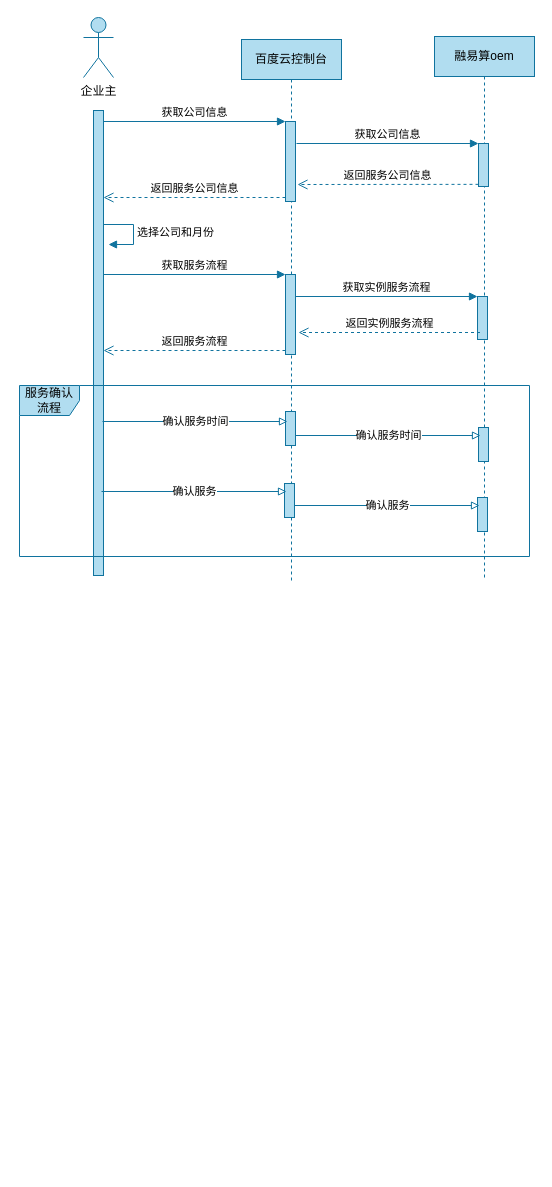
This is 百度云时序.drawio from zhaoershuang/flow-chart, a draw.io file, before an edit. Source tidied: cells renumbered, new cells numbered last; positions are measured from the earlier drawing's top-left corner, leaving out a move shared by most shapes. Both pictures are drawn from the tidied source at 100%, with x=0, y=0 at pixel (19, 17).
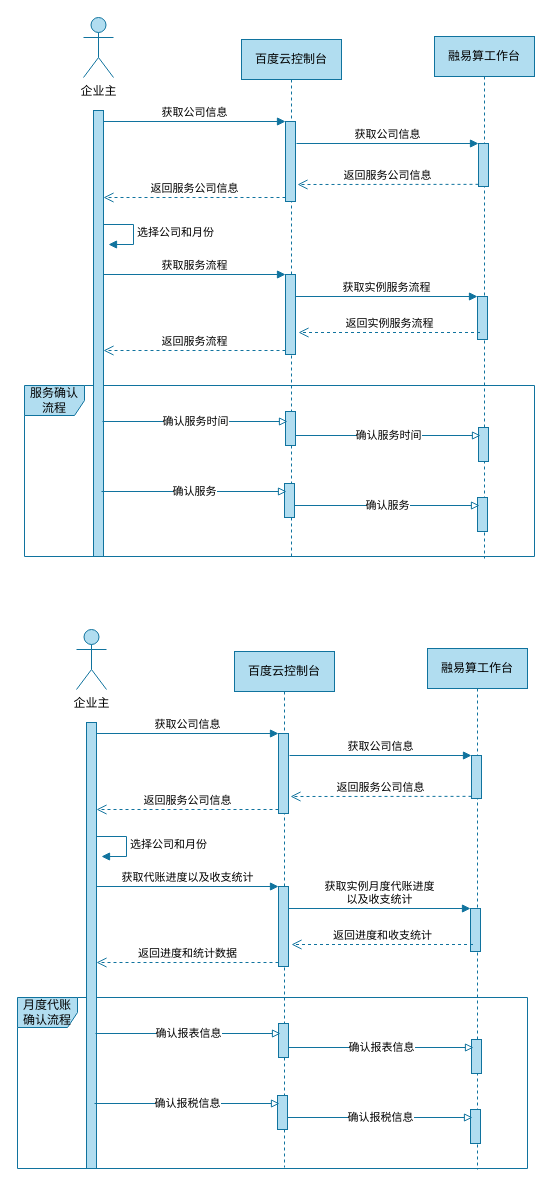
Above is the later version.

Commit message (it also covers changes not shown here):
更新百度云时序.drawio

What changed in the source:
```diff
@@
+    <mxCell id="27" value="服务确认流程" style="shape=umlFrame;whiteSpace=wrap;html=1;fillColor=#b1ddf0;strokeColor=#10739e;" parent="1" vertex="1">
+      <mxGeometry x="5" y="368" width="510" height="171" as="geometry" />
+    </mxCell>
+    <mxCell id="28" value="月度代账确认流程" style="shape=umlFrame;whiteSpace=wrap;html=1;fillColor=#b1ddf0;strokeColor=#10739e;" parent="1" vertex="1">
+      <mxGeometry x="-2" y="980" width="510" height="171" as="geometry" />
+    </mxCell>
     <mxCell id="2" value="&lt;font color=&quot;#000000&quot;&gt;百度云控制台&lt;br&gt;&lt;/font&gt;" style="shape=umlLifeline;perimeter=lifelinePerimeter;whiteSpace=wrap;html=1;fillColor=#b1ddf0;strokeColor=#10739e;" parent="1" vertex="1">
-      <mxGeometry x="222" y="22" width="100" height="543" as="geometry" />
+      <mxGeometry x="222" y="22" width="100" height="519" as="geometry" />
     </mxCell>
@@
     <mxCell id="9" style="html=1;points=[];perimeter=orthogonalPerimeter;fillColor=#b1ddf0;strokeColor=#10739e;" parent="1" vertex="1">
-      <mxGeometry x="74" y="93" width="10" height="465" as="geometry" />
+      <mxGeometry x="74" y="93" width="10" height="446" as="geometry" />
     </mxCell>
-    <mxCell id="10" value="融易算oem" style="shape=umlLifeline;perimeter=lifelinePerimeter;whiteSpace=wrap;html=1;fillColor=#b1ddf0;strokeColor=#10739e;" parent="1" vertex="1">
-      <mxGeometry x="415" y="19" width="100" height="543" as="geometry" />
+    <mxCell id="10" value="融易算工作台" style="shape=umlLifeline;perimeter=lifelinePerimeter;whiteSpace=wrap;html=1;fillColor=#b1ddf0;strokeColor=#10739e;" parent="1" vertex="1">
+      <mxGeometry x="415" y="19" width="100" height="522" as="geometry" />
     </mxCell>
@@
-    <mxCell id="27" value="服务确认流程" style="shape=umlFrame;whiteSpace=wrap;html=1;fillColor=#b1ddf0;strokeColor=#10739e;" parent="1" vertex="1">
-      <mxGeometry y="368" width="510" height="171" as="geometry" />
-    </mxCell>
+    <mxCell id="29" value="&lt;font color=&quot;#000000&quot;&gt;百度云控制台&lt;br&gt;&lt;/font&gt;" style="shape=umlLifeline;perimeter=lifelinePerimeter;whiteSpace=wrap;html=1;fillColor=#b1ddf0;strokeColor=#10739e;" parent="1" vertex="1">
+      <mxGeometry x="215" y="634" width="100" height="516" as="geometry" />
+    </mxCell>
+    <mxCell id="30" style="html=1;points=[];perimeter=orthogonalPerimeter;fillColor=#b1ddf0;strokeColor=#10739e;" parent="29" vertex="1">
+      <mxGeometry x="44" y="82" width="10" height="80" as="geometry" />
+    </mxCell>
+    <mxCell id="31" style="html=1;points=[];perimeter=orthogonalPerimeter;fillColor=#b1ddf0;strokeColor=#10739e;" parent="29" vertex="1">
+      <mxGeometry x="44" y="235" width="10" height="80" as="geometry" />
+    </mxCell>
+    <mxCell id="32" value="&lt;br&gt;获取代账进度以及收支统计" style="html=1;verticalAlign=bottom;endArrow=block;entryX=0;entryY=0;fillColor=#b1ddf0;strokeColor=#10739e;" parent="29" edge="1" target="31">
+      <mxGeometry relative="1" as="geometry">
+        <mxPoint x="-138" y="235" as="sourcePoint" />
+      </mxGeometry>
+    </mxCell>
+    <mxCell id="33" value="返回进度和统计数据" style="html=1;verticalAlign=bottom;endArrow=open;dashed=1;endSize=8;exitX=0;exitY=0.95;fillColor=#b1ddf0;strokeColor=#10739e;" parent="29" edge="1" source="31">
+      <mxGeometry relative="1" as="geometry">
+        <mxPoint x="-138" y="311" as="targetPoint" />
+      </mxGeometry>
+    </mxCell>
+    <mxCell id="34" style="html=1;perimeter=orthogonalPerimeter;fillColor=#b1ddf0;strokeColor=#10739e;" parent="29" vertex="1">
+      <mxGeometry x="44" y="372" width="10" height="34" as="geometry" />
+    </mxCell>
+    <mxCell id="35" value="企业主&lt;br&gt;" style="shape=umlActor;verticalLabelPosition=bottom;verticalAlign=top;html=1;fillColor=#b1ddf0;strokeColor=#10739e;" parent="1" vertex="1">
+      <mxGeometry x="57" y="612" width="30" height="60" as="geometry" />
+    </mxCell>
+    <mxCell id="36" style="html=1;points=[];perimeter=orthogonalPerimeter;fillColor=#b1ddf0;strokeColor=#10739e;" parent="1" vertex="1">
+      <mxGeometry x="67" y="705" width="10" height="446" as="geometry" />
+    </mxCell>
+    <mxCell id="37" value="融易算工作台" style="shape=umlLifeline;perimeter=lifelinePerimeter;whiteSpace=wrap;html=1;fillColor=#b1ddf0;strokeColor=#10739e;" parent="1" vertex="1">
+      <mxGeometry x="408" y="631" width="100" height="521" as="geometry" />
+    </mxCell>
+    <mxCell id="38" style="html=1;points=[];perimeter=orthogonalPerimeter;fillColor=#b1ddf0;strokeColor=#10739e;" parent="37" vertex="1">
+      <mxGeometry x="44" y="107" width="10" height="43" as="geometry" />
+    </mxCell>
+    <mxCell id="39" value="获取公司信息" style="html=1;verticalAlign=bottom;endArrow=block;entryX=0;entryY=0;fillColor=#b1ddf0;strokeColor=#10739e;" parent="37" edge="1" target="38">
+      <mxGeometry relative="1" as="geometry">
+        <mxPoint x="-138" y="107" as="sourcePoint" />
+      </mxGeometry>
+    </mxCell>
+    <mxCell id="40" value="确认报表信息" style="endArrow=block;endFill=0;html=1;fillColor=#b1ddf0;strokeColor=#10739e;" parent="37" edge="1">
+      <mxGeometry relative="1" as="geometry">
+        <mxPoint x="-332" y="385" as="sourcePoint" />
+        <mxPoint x="-147" y="385" as="targetPoint" />
+        <Array as="points">
+          <mxPoint x="-147" y="385" />
+        </Array>
+      </mxGeometry>
+    </mxCell>
+    <mxCell id="41" style="html=1;perimeter=orthogonalPerimeter;fillColor=#b1ddf0;strokeColor=#10739e;" parent="37" vertex="1">
+      <mxGeometry x="44" y="391" width="10" height="34" as="geometry" />
+    </mxCell>
+    <mxCell id="42" value="确认报表信息" style="endArrow=block;endFill=0;html=1;fillColor=#b1ddf0;strokeColor=#10739e;" parent="37" edge="1">
+      <mxGeometry relative="1" as="geometry">
+        <mxPoint x="-139" y="399" as="sourcePoint" />
+        <mxPoint x="46" y="399" as="targetPoint" />
+        <Array as="points">
+          <mxPoint x="46" y="399" />
+        </Array>
+      </mxGeometry>
+    </mxCell>
+    <mxCell id="43" style="html=1;perimeter=orthogonalPerimeter;fillColor=#b1ddf0;strokeColor=#10739e;" parent="37" vertex="1">
+      <mxGeometry x="-150" y="447" width="10" height="34" as="geometry" />
+    </mxCell>
+    <mxCell id="44" value="确认报税信息" style="endArrow=block;endFill=0;html=1;fillColor=#b1ddf0;strokeColor=#10739e;" parent="37" edge="1">
+      <mxGeometry relative="1" as="geometry">
+        <mxPoint x="-333" y="455" as="sourcePoint" />
+        <mxPoint x="-148" y="455" as="targetPoint" />
+        <Array as="points">
+          <mxPoint x="-148" y="455" />
+        </Array>
+      </mxGeometry>
+    </mxCell>
+    <mxCell id="45" style="html=1;perimeter=orthogonalPerimeter;fillColor=#b1ddf0;strokeColor=#10739e;" parent="37" vertex="1">
+      <mxGeometry x="43" y="461" width="10" height="34" as="geometry" />
+    </mxCell>
+    <mxCell id="46" value="确认报税信息" style="endArrow=block;endFill=0;html=1;fillColor=#b1ddf0;strokeColor=#10739e;" parent="37" edge="1">
+      <mxGeometry relative="1" as="geometry">
+        <mxPoint x="-140" y="469" as="sourcePoint" />
+        <mxPoint x="45" y="469" as="targetPoint" />
+        <Array as="points">
+          <mxPoint x="45" y="469" />
+        </Array>
+      </mxGeometry>
+    </mxCell>
+    <mxCell id="47" style="html=1;points=[];perimeter=orthogonalPerimeter;fillColor=#b1ddf0;strokeColor=#10739e;" parent="37" vertex="1">
+      <mxGeometry x="43" y="260" width="10" height="43" as="geometry" />
+    </mxCell>
+    <mxCell id="48" value="获取实例月度代账进度&lt;br&gt;以及收支统计" style="html=1;verticalAlign=bottom;endArrow=block;entryX=0;entryY=0;fillColor=#b1ddf0;strokeColor=#10739e;" parent="37" edge="1" target="47">
+      <mxGeometry relative="1" as="geometry">
+        <mxPoint x="-139" y="260" as="sourcePoint" />
+      </mxGeometry>
+    </mxCell>
+    <mxCell id="49" value="选择公司和月份" style="edgeStyle=orthogonalEdgeStyle;html=1;align=left;spacingLeft=2;endArrow=block;rounded=0;entryX=1;entryY=0;fillColor=#b1ddf0;strokeColor=#10739e;" parent="1" edge="1">
+      <mxGeometry relative="1" as="geometry">
+        <mxPoint x="77" y="819" as="sourcePoint" />
+        <mxPoint x="82" y="839" as="targetPoint" />
+        <Array as="points">
+          <mxPoint x="107" y="819" />
+        </Array>
+      </mxGeometry>
+    </mxCell>
+    <mxCell id="50" value="获取公司信息" style="html=1;verticalAlign=bottom;endArrow=block;entryX=0;entryY=0;fillColor=#b1ddf0;strokeColor=#10739e;" parent="1" edge="1" source="36" target="30">
+      <mxGeometry relative="1" as="geometry" />
+    </mxCell>
+    <mxCell id="51" value="返回服务公司信息" style="html=1;verticalAlign=bottom;endArrow=open;dashed=1;endSize=8;exitX=0;exitY=0.95;fillColor=#b1ddf0;strokeColor=#10739e;" parent="1" edge="1" source="30" target="36">
+      <mxGeometry relative="1" as="geometry" />
+    </mxCell>
+    <mxCell id="52" value="返回服务公司信息" style="html=1;verticalAlign=bottom;endArrow=open;dashed=1;endSize=8;exitX=0;exitY=0.95;fillColor=#b1ddf0;strokeColor=#10739e;" parent="1" edge="1" source="38">
+      <mxGeometry relative="1" as="geometry">
+        <mxPoint x="271" y="779" as="targetPoint" />
+      </mxGeometry>
+    </mxCell>
+    <mxCell id="53" value="返回进度和收支统计" style="html=1;verticalAlign=bottom;endArrow=open;dashed=1;endSize=8;exitX=0;exitY=0.95;fillColor=#b1ddf0;strokeColor=#10739e;" parent="1" edge="1">
+      <mxGeometry relative="1" as="geometry">
+        <mxPoint x="453.5" y="927" as="sourcePoint" />
+        <mxPoint x="272" y="927" as="targetPoint" />
+      </mxGeometry>
+    </mxCell>
```
